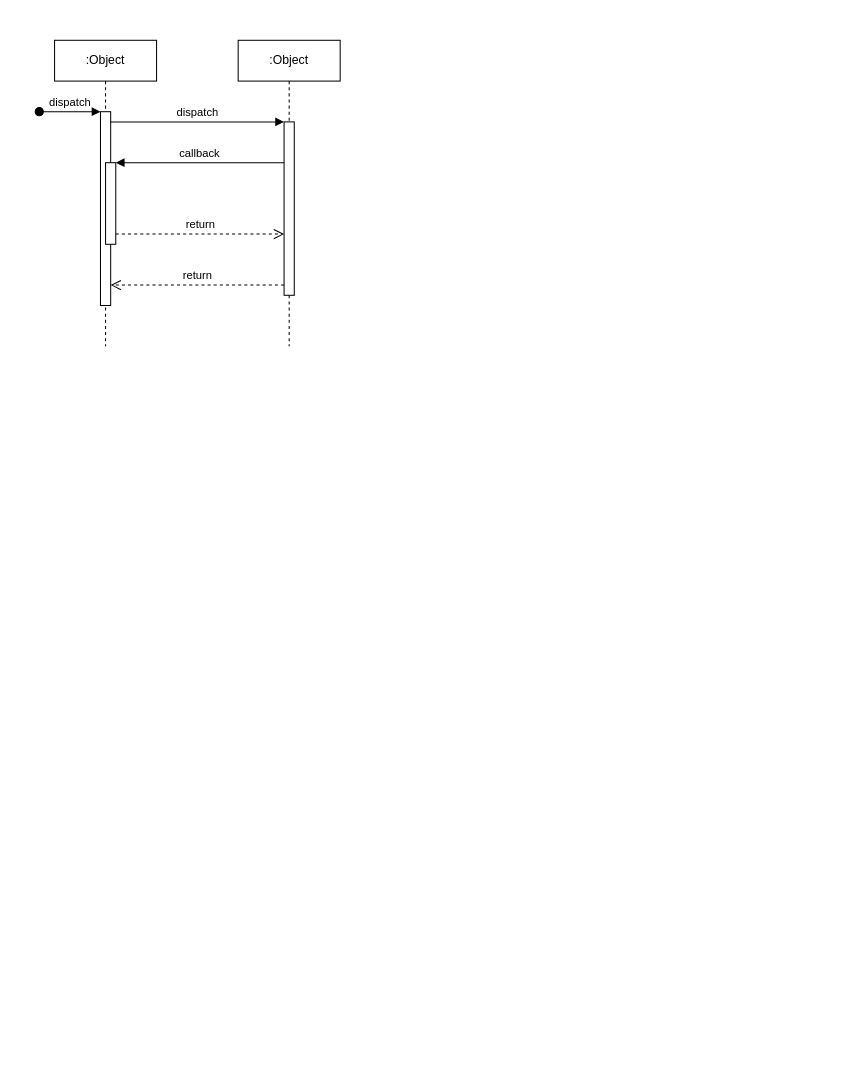
Earlier version of the draw.io diagram Untitled Diagram.drawio (semedo-nob/own-practise). Source tidied: cells renumbered, new cells numbered last; positions are measured from the earlier drawing's top-left corner, leaving out a move shared by most shapes. Both pictures are drawn from the tidied source at 102%, with x=0, y=0 at pixel (39, 40).
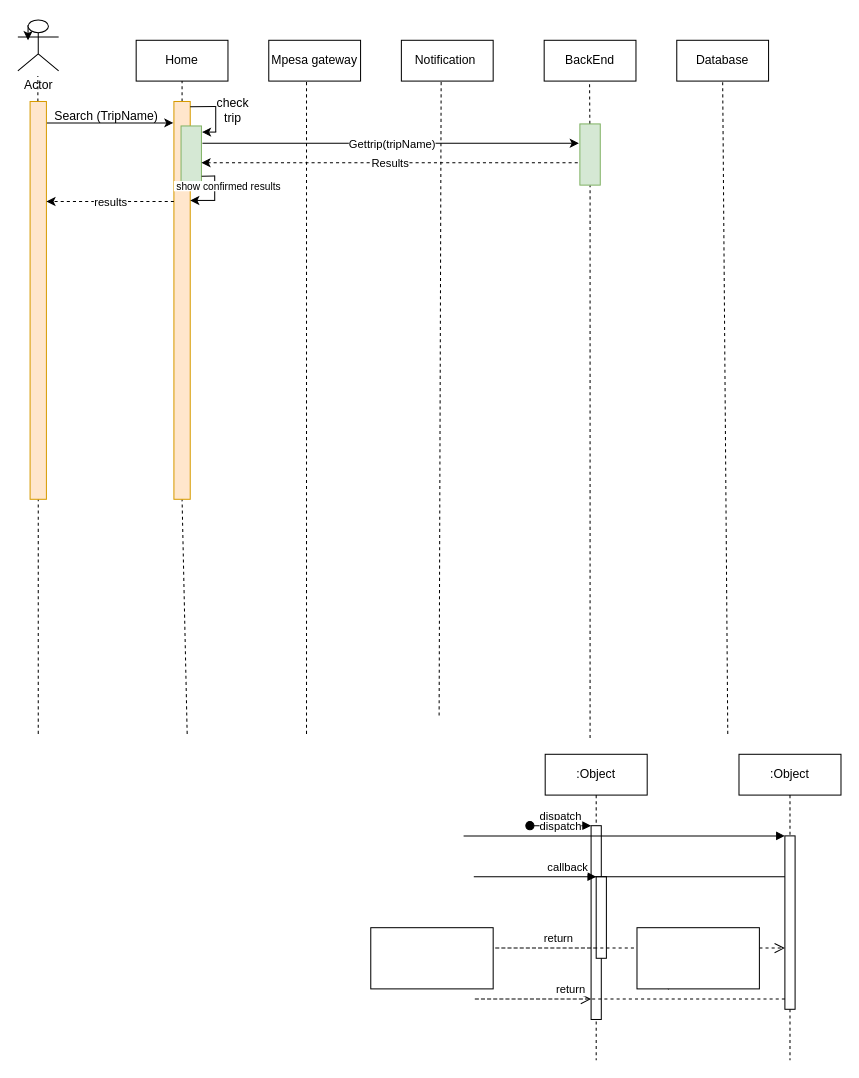
Above is the later version.

The change refers to these unchanged cells:
```xml
<mxCell id="3" style="html=1;points=[];perimeter=orthogonalPerimeter;outlineConnect=0;targetShapes=umlLifeline;portConstraint=eastwest;newEdgeStyle={&quot;edgeStyle&quot;:&quot;elbowEdgeStyle&quot;,&quot;elbow&quot;:&quot;vertical&quot;,&quot;curved&quot;:0,&quot;rounded&quot;:0};" parent="2" vertex="1">
  <mxGeometry x="45" y="70" width="10" height="190" as="geometry" />
</mxCell>
<mxCell id="5" style="html=1;points=[];perimeter=orthogonalPerimeter;outlineConnect=0;targetShapes=umlLifeline;portConstraint=eastwest;newEdgeStyle={&quot;edgeStyle&quot;:&quot;elbowEdgeStyle&quot;,&quot;elbow&quot;:&quot;vertical&quot;,&quot;curved&quot;:0,&quot;rounded&quot;:0};" parent="2" vertex="1">
  <mxGeometry x="50" y="120" width="10" height="80" as="geometry" />
</mxCell>
<mxCell id="7" style="html=1;points=[];perimeter=orthogonalPerimeter;outlineConnect=0;targetShapes=umlLifeline;portConstraint=eastwest;newEdgeStyle={&quot;edgeStyle&quot;:&quot;elbowEdgeStyle&quot;,&quot;elbow&quot;:&quot;vertical&quot;,&quot;curved&quot;:0,&quot;rounded&quot;:0};" parent="6" vertex="1">
  <mxGeometry x="45" y="80" width="10" height="170" as="geometry" />
</mxCell>
```

Change to the diagram source:
```diff
@@
     <mxCell id="2" value=":Object" style="shape=umlLifeline;perimeter=lifelinePerimeter;whiteSpace=wrap;html=1;newEdgeStyle={&quot;edgeStyle&quot;:&quot;elbowEdgeStyle&quot;,&quot;elbow&quot;:&quot;vertical&quot;,&quot;curved&quot;:0,&quot;rounded&quot;:0};" parent="1" vertex="1">
-      <mxGeometry x="15" width="100" height="300" as="geometry" />
+      <mxGeometry x="496" y="700" width="100" height="300" as="geometry" />
     </mxCell>
@@
     <mxCell id="6" value=":Object" style="shape=umlLifeline;perimeter=lifelinePerimeter;whiteSpace=wrap;html=1;newEdgeStyle={&quot;edgeStyle&quot;:&quot;elbowEdgeStyle&quot;,&quot;elbow&quot;:&quot;vertical&quot;,&quot;curved&quot;:0,&quot;rounded&quot;:0};" parent="1" vertex="1">
-      <mxGeometry x="195" width="100" height="300" as="geometry" />
+      <mxGeometry x="686" y="700" width="100" height="300" as="geometry" />
     </mxCell>
@@
     <mxCell id="8" value="dispatch" style="html=1;verticalAlign=bottom;endArrow=block;edgeStyle=elbowEdgeStyle;elbow=vertical;curved=0;rounded=0;" parent="1" edge="1" source="3" target="7">
       <mxGeometry relative="1" as="geometry">
         <Array as="points">
-          <mxPoint x="155" y="80" />
+          <mxPoint x="416" y="780" />
         </Array>
       </mxGeometry>
     </mxCell>
     <mxCell id="9" value="return" style="html=1;verticalAlign=bottom;endArrow=open;dashed=1;endSize=8;edgeStyle=elbowEdgeStyle;elbow=vertical;curved=0;rounded=0;" parent="1" edge="1" source="7" target="3">
       <mxGeometry relative="1" as="geometry">
         <Array as="points">
-          <mxPoint x="165" y="240" />
+          <mxPoint x="426" y="940" />
         </Array>
       </mxGeometry>
     </mxCell>
     <mxCell id="10" value="callback" style="html=1;verticalAlign=bottom;endArrow=block;edgeStyle=elbowEdgeStyle;elbow=vertical;curved=0;rounded=0;" parent="1" edge="1" source="7" target="5">
       <mxGeometry relative="1" as="geometry">
         <Array as="points">
-          <mxPoint x="165" y="120" />
+          <mxPoint x="426" y="820" />
         </Array>
       </mxGeometry>
     </mxCell>
     <mxCell id="11" value="return" style="html=1;verticalAlign=bottom;endArrow=open;dashed=1;endSize=8;edgeStyle=elbowEdgeStyle;elbow=vertical;curved=0;rounded=0;" parent="1" edge="1" source="5" target="7">
       <mxGeometry relative="1" as="geometry">
         <Array as="points">
-          <mxPoint x="155" y="190" />
+          <mxPoint x="416" y="890" />
         </Array>
       </mxGeometry>
     </mxCell>
+    <mxCell id="12" style="endArrow=none;dashed=1;html=1;dashPattern=1 3;strokeWidth=2;rounded=0;" parent="1" edge="1">
+      <mxGeometry relative="1" as="geometry">
+        <mxPoint x="616" y="930" as="sourcePoint" />
+        <mxPoint x="666" y="880" as="targetPoint" />
+      </mxGeometry>
+    </mxCell>
+    <mxCell id="13" style="edgeStyle=orthogonalEdgeStyle;rounded=0;jettySize=auto;html=1;exitX=0.25;exitY=0.1;exitDx=0;exitDy=0;exitPerimeter=0;" parent="1" edge="1" source="15">
+      <mxGeometry relative="1" as="geometry">
+        <mxPoint x="-11" as="targetPoint" />
+      </mxGeometry>
+    </mxCell>
+    <mxCell id="14" style="endArrow=none;dashed=1;html=1;dashPattern=1 3;strokeWidth=2;rounded=0;" parent="1" edge="1">
+      <mxGeometry relative="1" as="geometry">
+        <mxPoint x="616" y="930" as="sourcePoint" />
+        <mxPoint x="666" y="880" as="targetPoint" />
+      </mxGeometry>
+    </mxCell>
+    <mxCell id="15" value="Actor" style="shape=umlActor;verticalLabelPosition=bottom;verticalAlign=top;html=1;outlineConnect=0;" parent="1" vertex="1">
+      <mxGeometry x="-21" y="-20" width="40" height="50" as="geometry" />
+    </mxCell>
+    <mxCell id="16" style="endArrow=none;dashed=1;html=1;rounded=0;" parent="1" edge="1">
+      <mxGeometry relative="1" as="geometry">
+        <mxPoint x="616" y="930" as="sourcePoint" />
+        <mxPoint x="666" y="880" as="targetPoint" />
+      </mxGeometry>
+    </mxCell>
+    <mxCell id="17" style="endArrow=none;dashed=1;html=1;rounded=0;" parent="1" edge="1" source="36">
+      <mxGeometry relative="1" as="geometry">
+        <mxPoint x="-1.4" y="35" as="targetPoint" />
+      </mxGeometry>
+    </mxCell>
+    <mxCell id="18" style="rounded=0;whiteSpace=wrap;html=1;" parent="1" vertex="1">
+      <mxGeometry x="586" y="870" width="120" height="60" as="geometry" />
+    </mxCell>
+    <mxCell id="19" style="rounded=0;whiteSpace=wrap;html=1;" parent="1" vertex="1">
+      <mxGeometry x="325" y="870" width="120" height="60" as="geometry" />
+    </mxCell>
+    <mxCell id="20" style="rounded=0;whiteSpace=wrap;html=1;fontFamily=Times New Roman;" parent="1" vertex="1">
+      <mxGeometry x="95" width="90" height="40" as="geometry" />
+    </mxCell>
+    <mxCell id="21" style="rounded=0;whiteSpace=wrap;html=1;" parent="1" vertex="1">
+      <mxGeometry x="225" width="90" height="40" as="geometry" />
+    </mxCell>
+    <mxCell id="22" style="endArrow=none;dashed=1;html=1;rounded=0;entryX=0.5;entryY=1;entryDx=0;entryDy=0;" parent="1" edge="1" source="38" target="20">
+      <mxGeometry relative="1" as="geometry" />
+    </mxCell>
+    <mxCell id="23" style="endArrow=none;dashed=1;html=1;rounded=0;entryX=0.5;entryY=1;entryDx=0;entryDy=0;" parent="1" edge="1">
+      <mxGeometry relative="1" as="geometry">
+        <mxPoint x="262" y="680" as="sourcePoint" />
+        <mxPoint x="262" y="40" as="targetPoint" />
+      </mxGeometry>
+    </mxCell>
+    <mxCell id="24" value="Home" style="text;html=1;align=center;verticalAlign=middle;whiteSpace=wrap;rounded=0;" parent="1" vertex="1">
+      <mxGeometry x="110" y="5" width="60" height="30" as="geometry" />
+    </mxCell>
+    <mxCell id="25" value="Mpesa gateway" style="text;html=1;align=center;verticalAlign=middle;whiteSpace=wrap;rounded=0;" parent="1" vertex="1">
+      <mxGeometry x="225" width="90" height="40" as="geometry" />
+    </mxCell>
+    <mxCell id="26" style="rounded=0;whiteSpace=wrap;html=1;" parent="1" vertex="1">
+      <mxGeometry x="355" width="90" height="40" as="geometry" />
+    </mxCell>
+    <mxCell id="27" style="endArrow=none;dashed=1;html=1;rounded=0;entryX=0.433;entryY=1.183;entryDx=0;entryDy=0;entryPerimeter=0;" parent="1" edge="1">
+      <mxGeometry relative="1" as="geometry">
+        <mxPoint x="392" y="662" as="sourcePoint" />
+        <mxPoint x="394" y="39.3" as="targetPoint" />
+      </mxGeometry>
+    </mxCell>
+    <mxCell id="28" value="Notification&amp;nbsp;" style="text;html=1;align=center;verticalAlign=middle;whiteSpace=wrap;rounded=0;" parent="1" vertex="1">
+      <mxGeometry x="355" width="90" height="40" as="geometry" />
+    </mxCell>
+    <mxCell id="29" style="rounded=0;whiteSpace=wrap;html=1;" parent="1" vertex="1">
+      <mxGeometry x="495" width="90" height="40" as="geometry" />
+    </mxCell>
+    <mxCell id="30" style="endArrow=none;dashed=1;html=1;rounded=0;entryX=0.5;entryY=1;entryDx=0;entryDy=0;" parent="1" edge="1" source="47">
+      <mxGeometry relative="1" as="geometry">
+        <mxPoint x="539.5" y="40" as="targetPoint" />
+      </mxGeometry>
+    </mxCell>
+    <mxCell id="31" value="BackEnd" style="text;html=1;align=center;verticalAlign=middle;whiteSpace=wrap;rounded=0;" parent="1" vertex="1">
+      <mxGeometry x="495" width="90" height="40" as="geometry" />
+    </mxCell>
+    <mxCell id="32" style="rounded=0;whiteSpace=wrap;html=1;" parent="1" vertex="1">
+      <mxGeometry x="625" width="90" height="40" as="geometry" />
+    </mxCell>
+    <mxCell id="33" style="endArrow=none;dashed=1;html=1;rounded=0;entryX=0.5;entryY=1;entryDx=0;entryDy=0;" parent="1" edge="1" target="34">
+      <mxGeometry relative="1" as="geometry">
+        <mxPoint x="675" y="680" as="sourcePoint" />
+      </mxGeometry>
+    </mxCell>
+    <mxCell id="34" value="Database" style="text;html=1;align=center;verticalAlign=middle;whiteSpace=wrap;rounded=0;" parent="1" vertex="1">
+      <mxGeometry x="625" width="90" height="40" as="geometry" />
+    </mxCell>
+    <mxCell id="35" style="endArrow=none;dashed=1;html=1;rounded=0;" parent="1" edge="1" target="36">
+      <mxGeometry relative="1" as="geometry">
+        <mxPoint x="-1" y="680" as="sourcePoint" />
+      </mxGeometry>
+    </mxCell>
+    <mxCell id="36" style="rounded=0;whiteSpace=wrap;html=1;fillColor=#ffe6cc;strokeColor=#d79b00;" parent="1" vertex="1">
+      <mxGeometry x="-9" y="60" width="16" height="390" as="geometry" />
+    </mxCell>
+    <mxCell id="37" style="endArrow=none;dashed=1;html=1;rounded=0;entryX=0.5;entryY=1;entryDx=0;entryDy=0;" parent="1" edge="1" target="38">
+      <mxGeometry relative="1" as="geometry">
+        <mxPoint x="145" y="680" as="sourcePoint" />
+      </mxGeometry>
+    </mxCell>
+    <mxCell id="38" style="rounded=0;whiteSpace=wrap;html=1;fillColor=#ffe6cc;strokeColor=#d79b00;" parent="1" vertex="1">
+      <mxGeometry x="132" y="60" width="16" height="390" as="geometry" />
+    </mxCell>
+    <mxCell id="39" style="endArrow=classic;html=1;rounded=0;entryX=-0.085;entryY=0.052;entryDx=0;entryDy=0;entryPerimeter=0;" parent="1" edge="1">
+      <mxGeometry relative="1" as="geometry">
+        <mxPoint x="7.5" y="81" as="sourcePoint" />
+        <mxPoint x="131.5" y="81" as="targetPoint" />
+      </mxGeometry>
+    </mxCell>
+    <mxCell id="40" value="&lt;font style=&quot;font-size: 12px;&quot;&gt;Search (TripName)&lt;/font&gt;" style="text;html=1;align=center;verticalAlign=middle;whiteSpace=wrap;rounded=0;" parent="1" vertex="1">
+      <mxGeometry x="11" y="60" width="110" height="30" as="geometry" />
+    </mxCell>
+    <mxCell id="41" style="endArrow=none;html=1;rounded=0;exitX=0.812;exitY=0.026;exitDx=0;exitDy=0;exitPerimeter=0;" parent="1" edge="1">
+      <mxGeometry relative="1" as="geometry">
+        <mxPoint x="148" y="65.1" as="sourcePoint" />
+        <mxPoint x="173" y="65" as="targetPoint" />
+      </mxGeometry>
+    </mxCell>
+    <mxCell id="42" style="endArrow=none;html=1;rounded=0;" parent="1" edge="1">
+      <mxGeometry relative="1" as="geometry">
+        <mxPoint x="173" y="90" as="sourcePoint" />
+        <mxPoint x="173" y="64.5" as="targetPoint" />
+      </mxGeometry>
+    </mxCell>
+    <mxCell id="43" style="endArrow=classic;html=1;rounded=0;" parent="1" edge="1">
+      <mxGeometry relative="1" as="geometry">
+        <mxPoint x="173.5" y="90" as="sourcePoint" />
+        <mxPoint x="159.5" y="90" as="targetPoint" />
+      </mxGeometry>
+    </mxCell>
+    <mxCell id="44" value="check&lt;div&gt;&lt;span style=&quot;background-color: initial;&quot;&gt;trip&lt;/span&gt;&lt;/div&gt;" style="text;html=1;align=center;verticalAlign=middle;whiteSpace=wrap;rounded=0;" parent="1" vertex="1">
+      <mxGeometry x="170" y="55" width="40" height="27" as="geometry" />
+    </mxCell>
+    <mxCell id="45" style="rounded=0;whiteSpace=wrap;html=1;fillColor=#d5e8d4;strokeColor=#82b366;" parent="1" vertex="1">
+      <mxGeometry x="139" y="84" width="20" height="60" as="geometry" />
+    </mxCell>
+    <mxCell id="46" style="endArrow=none;dashed=1;html=1;rounded=0;entryX=0.5;entryY=1;entryDx=0;entryDy=0;" parent="1" edge="1" target="47">
+      <mxGeometry relative="1" as="geometry">
+        <mxPoint x="540" y="684" as="sourcePoint" />
+      </mxGeometry>
+    </mxCell>
+    <mxCell id="47" style="rounded=0;whiteSpace=wrap;html=1;fillColor=#d5e8d4;strokeColor=#82b366;" parent="1" vertex="1">
+      <mxGeometry x="530" y="82" width="20" height="60" as="geometry" />
+    </mxCell>
+    <mxCell id="48" style="endArrow=classic;html=1;rounded=0;" parent="1" edge="1">
+      <mxGeometry relative="1" as="geometry">
+        <mxPoint x="172" y="157" as="sourcePoint" />
+        <mxPoint x="148" y="157" as="targetPoint" />
+      </mxGeometry>
+    </mxCell>
+    <mxCell id="49" style="endArrow=none;html=1;rounded=0;exitX=1.009;exitY=0.821;exitDx=0;exitDy=0;exitPerimeter=0;" parent="1" edge="1" source="45">
+      <mxGeometry relative="1" as="geometry">
+        <mxPoint x="172" y="133" as="targetPoint" />
+      </mxGeometry>
+    </mxCell>
+    <mxCell id="50" style="endArrow=none;html=1;rounded=0;" parent="1" edge="1">
+      <mxGeometry relative="1" as="geometry">
+        <mxPoint x="172" y="132.5" as="sourcePoint" />
+        <mxPoint x="172" y="157.5" as="targetPoint" />
+      </mxGeometry>
+    </mxCell>
+    <mxCell id="51" value="show confirmed results" style="text;html=1;align=center;verticalAlign=middle;whiteSpace=wrap;rounded=0;fontSize=10;fillColor=default;" parent="1" vertex="1">
+      <mxGeometry x="132" y="138" width="108" height="10" as="geometry" />
+    </mxCell>
+    <mxCell id="52" style="endArrow=classic;html=1;rounded=0;dashed=1;" parent="1" edge="1">
+      <mxGeometry relative="1" as="geometry">
+        <mxPoint x="132" y="158" as="sourcePoint" />
+        <mxPoint x="7" y="158" as="targetPoint" />
+      </mxGeometry>
+    </mxCell>
+    <mxCell id="53" value="results" style="edgeLabel;html=1;align=center;verticalAlign=middle;" parent="52" vertex="1">
+      <mxGeometry relative="1" as="geometry" />
+    </mxCell>
+    <mxCell id="54" style="endArrow=classic;html=1;rounded=0;dashed=1;exitX=-0.103;exitY=0.635;exitDx=0;exitDy=0;exitPerimeter=0;" parent="1" edge="1" source="47">
+      <mxGeometry relative="1" as="geometry">
+        <mxPoint x="159" y="120" as="targetPoint" />
+      </mxGeometry>
+    </mxCell>
+    <mxCell id="55" value="Results" style="edgeLabel;html=1;align=center;verticalAlign=middle;" parent="54" vertex="1">
+      <mxGeometry relative="1" as="geometry" />
+    </mxCell>
+    <mxCell id="56" style="endArrow=classic;html=1;rounded=0;exitX=-0.103;exitY=0.635;exitDx=0;exitDy=0;exitPerimeter=0;" parent="1" edge="1">
+      <mxGeometry relative="1" as="geometry">
+        <mxPoint x="160" y="101" as="sourcePoint" />
+        <mxPoint x="529" y="101" as="targetPoint" />
+      </mxGeometry>
+    </mxCell>
+    <mxCell id="57" value="Gettrip(tripName)" style="edgeLabel;html=1;align=center;verticalAlign=middle;" parent="56" vertex="1">
+      <mxGeometry relative="1" as="geometry" />
+    </mxCell>
```
